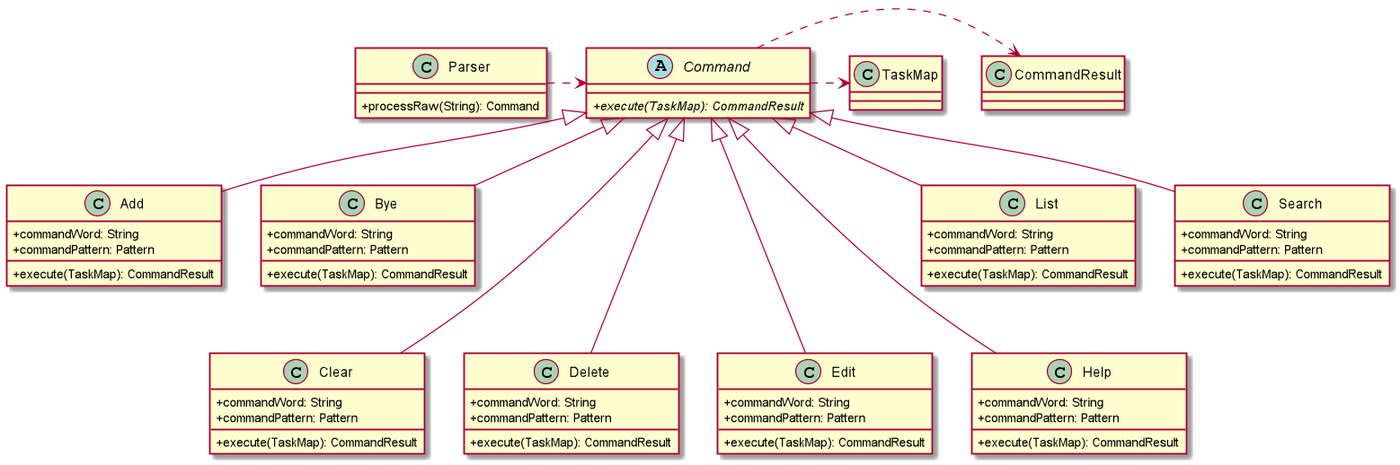
The PlantUML diagram docs/diagrams/LogicClass.png in nus-cs2113-AY2021S1/tp, before a commit.
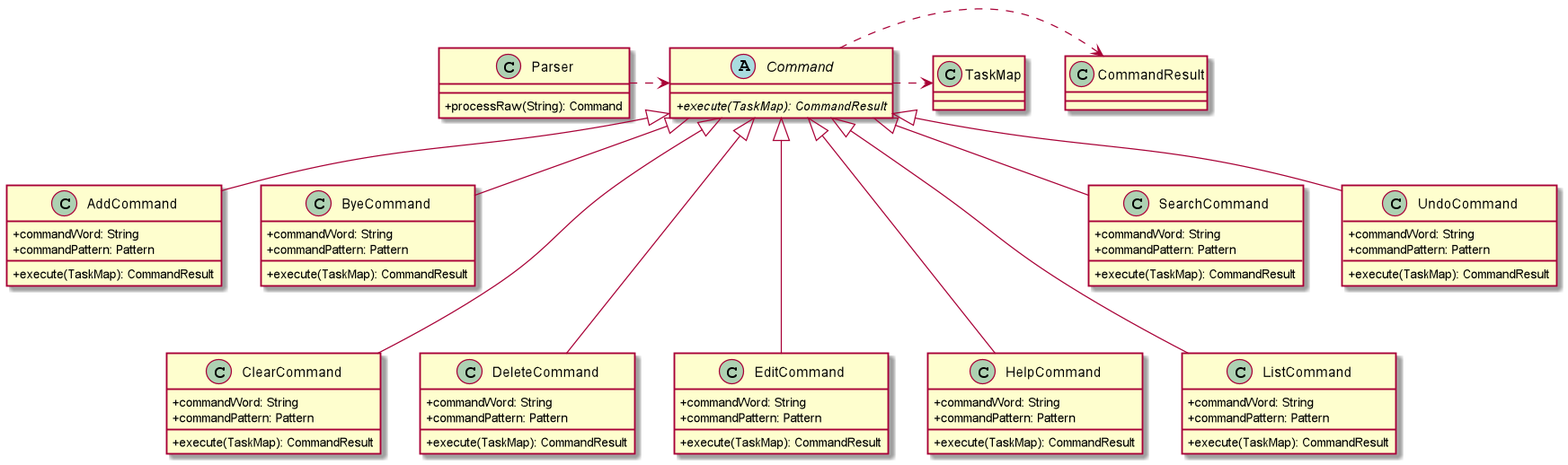
Later version of the same file.

Diff of the diagram source:
```diff
@@ -8,58 +8,66 @@
 abstract class Command {
     +{abstract}{method} execute(TaskMap): CommandResult
 }
-class Add {
+class AddCommand {
     +{field} commandWord: String
     +{field} commandPattern: Pattern
     +{method} execute(TaskMap): CommandResult
 }
-class Bye {
+class ByeCommand {
     +{field} commandWord: String
     +{field} commandPattern: Pattern
     +{method} execute(TaskMap): CommandResult
 }
-class Clear {
+class ClearCommand {
     +{field} commandWord: String
     +{field} commandPattern: Pattern
     +{method} execute(TaskMap): CommandResult
 }
-class Delete {
+class DeleteCommand {
     +{field} commandWord: String
     +{field} commandPattern: Pattern
     +{method} execute(TaskMap): CommandResult
 }
-class Edit {
+class EditCommand {
     +{field} commandWord: String
     +{field} commandPattern: Pattern
     +{method} execute(TaskMap): CommandResult
 }
-class Help {
+class HelpCommand {
     +{field} commandWord: String
     +{field} commandPattern: Pattern
     +{method} execute(TaskMap): CommandResult
 }
-class List {
+class ListCommand {
     +{field} commandWord: String
     +{field} commandPattern: Pattern
     +{method} execute(TaskMap): CommandResult
 }
-class Search {
+class SearchCommand {
     +{field} commandWord: String
     +{field} commandPattern: Pattern
     +{method} execute(TaskMap): CommandResult
 }
+
+class UndoCommand {
+    +{field} commandWord: String
+    +{field} commandPattern: Pattern
+    +{method} execute(TaskMap): CommandResult
+}
+
 class CommandResult
 
 Command -[dashed]> CommandResult
 Command -[dashed]> TaskMap
 Parser -[dashed]> Command
 
-Command <|-- Add
-Command <|-- Bye
-Command <|--- Clear
-Command <|--- Delete
-Command <|--- Edit
-Command <|--- Help
-Command <|-- List
-Command <|-- Search
+Command <|-- AddCommand
+Command <|-- ByeCommand
+Command <|--- ClearCommand
+Command <|--- DeleteCommand
+Command <|--- EditCommand
+Command <|--- HelpCommand
+Command <|--- ListCommand
+Command <|-- SearchCommand
+Command <|-- UndoCommand
 @enduml
```
